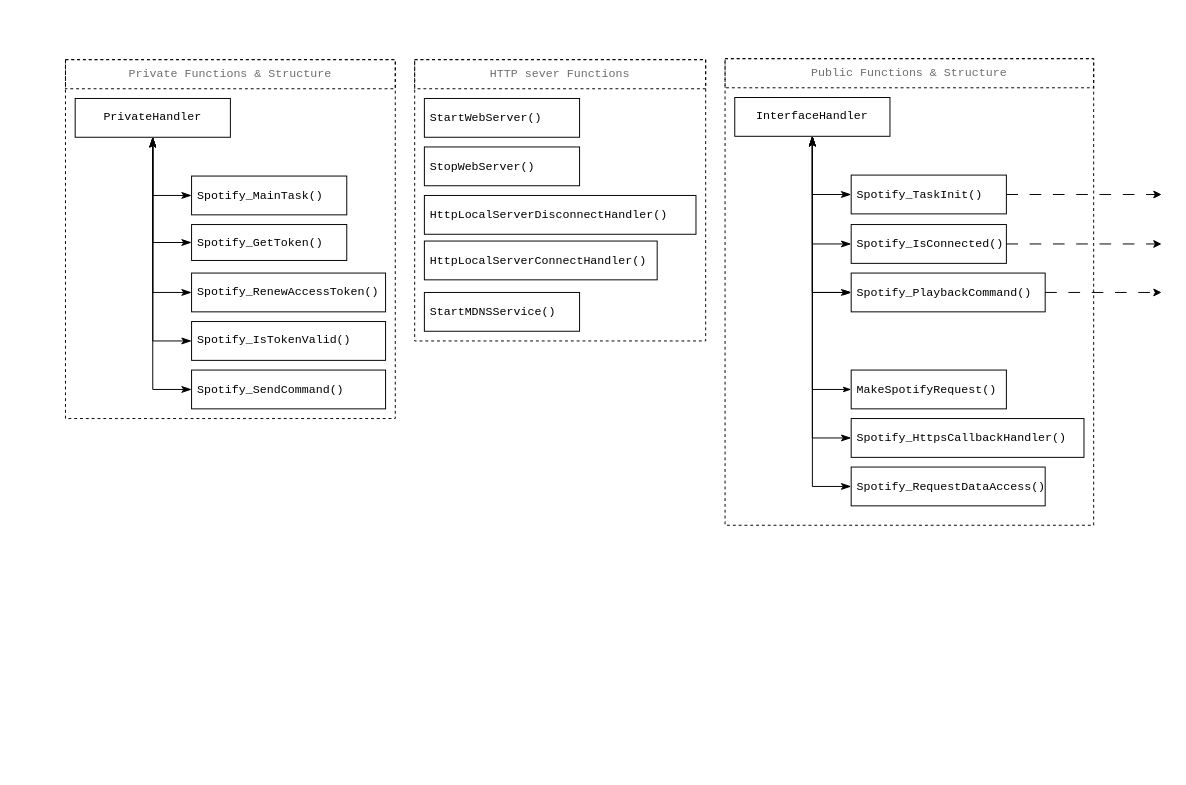
This is components/SpotifyInterface/SpotifyInterface structure.drawio from Behn4m/simple_server_Spotify, a draw.io file, before an edit. Source tidied: cells renumbered, new cells numbered last; positions are measured from the earlier drawing's top-left corner, leaving out a move shared by most shapes. Both pictures are drawn from the tidied source at 97%, with x=0, y=0 at pixel (65, 58).
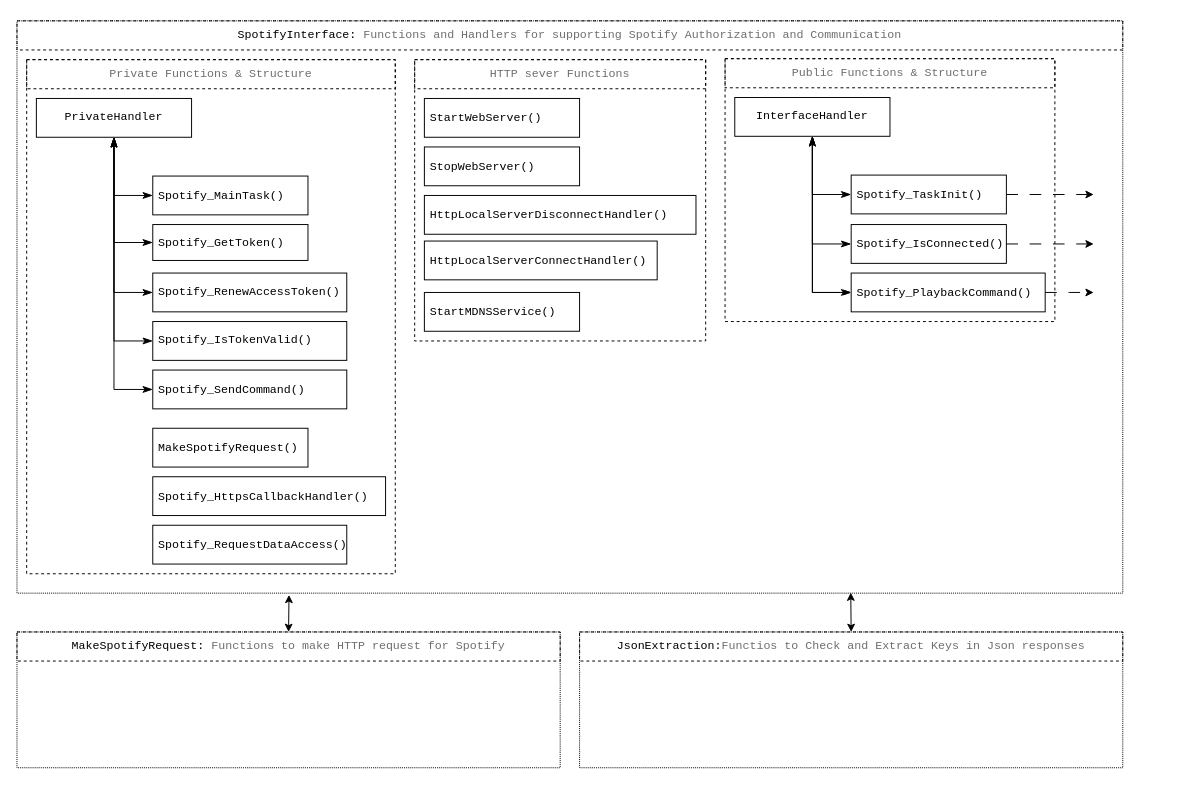
Above is the later version.

The change refers to these unchanged cells:
```xml
<mxCell id="9" value="&lt;pre&gt;InterfaceHandler&lt;/pre&gt;" style="rounded=0;whiteSpace=wrap;html=1;labelBackgroundColor=none;fillColor=none;" parent="1" vertex="1">
  <mxGeometry x="690" y="40" width="160" height="40" as="geometry" />
</mxCell>
<mxCell id="27" value="&lt;div style=&quot;font-size: 13px;&quot;&gt;&lt;div style=&quot;color: rgb(204, 204, 204); font-family: &amp;quot;Droid Sans Mono&amp;quot;, &amp;quot;monospace&amp;quot;, monospace; font-weight: normal; line-height: 19px;&quot;&gt;&lt;div&gt;&lt;pre&gt;&lt;font style=&quot;font-size: 12px;&quot; color=&quot;#000000&quot;&gt;Spotify_IsConnected()&lt;/font&gt;&lt;/pre&gt;&lt;/div&gt;&lt;/div&gt;&lt;/div&gt;" style="rounded=0;whiteSpace=wrap;html=1;labelBackgroundColor=none;align=left;spacingLeft=4;fillColor=none;" parent="1" vertex="1">
  <mxGeometry x="810" y="171" width="160" height="40" as="geometry" />
</mxCell>
<mxCell id="31" value="&lt;div style=&quot;font-size: 13px;&quot;&gt;&lt;div style=&quot;color: rgb(204, 204, 204); font-family: &amp;quot;Droid Sans Mono&amp;quot;, &amp;quot;monospace&amp;quot;, monospace; font-weight: normal; line-height: 19px;&quot;&gt;&lt;div&gt;&lt;pre&gt;&lt;font style=&quot;font-size: 12px;&quot; color=&quot;#000000&quot;&gt;Spotify_TaskInit()&lt;/font&gt;&lt;/pre&gt;&lt;/div&gt;&lt;/div&gt;&lt;/div&gt;" style="rounded=0;whiteSpace=wrap;html=1;labelBackgroundColor=none;align=left;spacingLeft=4;fillColor=none;" parent="1" vertex="1">
  <mxGeometry x="810" y="120" width="160" height="40" as="geometry" />
</mxCell>
<mxCell id="33" value="&lt;div style=&quot;font-size: 13px;&quot;&gt;&lt;div style=&quot;color: rgb(204, 204, 204); font-family: &amp;quot;Droid Sans Mono&amp;quot;, &amp;quot;monospace&amp;quot;, monospace; font-weight: normal; line-height: 19px;&quot;&gt;&lt;div&gt;&lt;pre&gt;&lt;font style=&quot;font-size: 12px;&quot; color=&quot;#000000&quot;&gt;Spotify_PlaybackCommand()&lt;/font&gt;&lt;/pre&gt;&lt;/div&gt;&lt;/div&gt;&lt;/div&gt;" style="rounded=0;whiteSpace=wrap;html=1;labelBackgroundColor=none;align=left;spacingLeft=4;fillColor=none;" parent="1" vertex="1">
  <mxGeometry x="810" y="221" width="200" height="40" as="geometry" />
</mxCell>
```

Change to the diagram source:
```diff
@@
+    <mxCell id="42" style="rounded=0;whiteSpace=wrap;html=1;fillColor=none;dashed=1;dashPattern=1 1;" parent="1" vertex="1">
+      <mxGeometry x="-50" y="-39" width="1140" height="590" as="geometry" />
+    </mxCell>
@@
     <mxCell id="3" style="rounded=0;whiteSpace=wrap;html=1;fontSize=16;fillColor=none;dashed=1;strokeColor=default;glass=0;shadow=0;" parent="1" vertex="1">
-      <mxGeometry x="680" width="380" height="481" as="geometry" />
+      <mxGeometry x="680" width="340" height="271" as="geometry" />
     </mxCell>
     <mxCell id="4" style="rounded=0;whiteSpace=wrap;html=1;fontSize=16;fillColor=none;dashed=1;strokeColor=default;glass=0;shadow=0;" parent="1" vertex="1">
-      <mxGeometry y="1" width="340" height="370" as="geometry" />
+      <mxGeometry x="-40" y="1" width="380" height="530" as="geometry" />
     </mxCell>
-    <mxCell id="5" value="&lt;div style=&quot;font-size: 13px;&quot;&gt;&lt;div style=&quot;color: rgb(204, 204, 204); font-family: &amp;quot;Droid Sans Mono&amp;quot;, &amp;quot;monospace&amp;quot;, monospace; font-weight: normal; line-height: 19px;&quot;&gt;&lt;div&gt;&lt;pre&gt;&lt;font style=&quot;font-size: 12px;&quot; color=&quot;#000000&quot;&gt;MakeSpotifyRequest()&lt;/font&gt;&lt;/pre&gt;&lt;/div&gt;&lt;/div&gt;&lt;/div&gt;" style="rounded=0;whiteSpace=wrap;html=1;labelBackgroundColor=none;align=left;spacingLeft=4;fillColor=none;" parent="1" vertex="1">
-      <mxGeometry x="810" y="321" width="160" height="40" as="geometry" />
-    </mxCell>
@@
-    <mxCell id="7" style="edgeStyle=orthogonalEdgeStyle;rounded=0;jettySize=auto;html=1;entryX=0;entryY=0.5;entryDx=0;entryDy=0;endArrow=classicThin;endFill=1;startArrow=classicThin;startFill=1;labelBackgroundColor=none;fontColor=default;" parent="1" edge="1" source="9" target="5">
-      <mxGeometry relative="1" as="geometry" />
-    </mxCell>
@@
     <mxCell id="10" value="&lt;div style=&quot;font-size: 13px;&quot;&gt;&lt;div style=&quot;color: rgb(204, 204, 204); font-family: &amp;quot;Droid Sans Mono&amp;quot;, &amp;quot;monospace&amp;quot;, monospace; font-weight: normal; line-height: 19px;&quot;&gt;&lt;div&gt;&lt;pre&gt;&lt;font style=&quot;font-size: 12px;&quot; color=&quot;#000000&quot;&gt;Spotify_MainTask()&lt;/font&gt;&lt;/pre&gt;&lt;/div&gt;&lt;/div&gt;&lt;/div&gt;" style="rounded=0;whiteSpace=wrap;html=1;labelBackgroundColor=none;spacingLeft=4;align=left;fillColor=none;" parent="1" vertex="1">
-      <mxGeometry x="130" y="121" width="160" height="40" as="geometry" />
+      <mxGeometry x="90" y="121" width="160" height="40" as="geometry" />
     </mxCell>
     <mxCell id="11" value="&lt;div style=&quot;font-size: 13px;&quot;&gt;&lt;div style=&quot;color: rgb(204, 204, 204); font-family: &amp;quot;Droid Sans Mono&amp;quot;, &amp;quot;monospace&amp;quot;, monospace; font-weight: normal; line-height: 19px;&quot;&gt;&lt;div&gt;&lt;pre&gt;&lt;font style=&quot;font-size: 12px;&quot; color=&quot;#000000&quot;&gt;Spotify_GetToken()&lt;/font&gt;&lt;/pre&gt;&lt;/div&gt;&lt;/div&gt;&lt;/div&gt;" style="rounded=0;whiteSpace=wrap;html=1;labelBackgroundColor=none;spacingLeft=4;align=left;fillColor=none;" parent="1" vertex="1">
-      <mxGeometry x="130" y="171" width="160" height="37" as="geometry" />
+      <mxGeometry x="90" y="171" width="160" height="37" as="geometry" />
     </mxCell>
     <mxCell id="12" value="&lt;div&gt;&lt;div style=&quot;color: rgb(204, 204, 204); font-family: &amp;quot;Droid Sans Mono&amp;quot;, &amp;quot;monospace&amp;quot;, monospace; font-weight: normal; line-height: 19px;&quot;&gt;&lt;div&gt;&lt;pre&gt;&lt;font color=&quot;#000000&quot;&gt;Spotify_RenewAccessToken&lt;/font&gt;&lt;font style=&quot;font-size: 12px;&quot; color=&quot;#000000&quot;&gt;()&lt;/font&gt;&lt;/pre&gt;&lt;/div&gt;&lt;/div&gt;&lt;/div&gt;" style="rounded=0;whiteSpace=wrap;html=1;labelBackgroundColor=none;spacingLeft=4;align=left;fillColor=none;" parent="1" vertex="1">
-      <mxGeometry x="130" y="221" width="200" height="40" as="geometry" />
+      <mxGeometry x="90" y="221" width="200" height="40" as="geometry" />
     </mxCell>
     <mxCell id="13" value="&lt;div style=&quot;font-size: 13px;&quot;&gt;&lt;div style=&quot;color: rgb(204, 204, 204); font-family: &amp;quot;Droid Sans Mono&amp;quot;, &amp;quot;monospace&amp;quot;, monospace; font-weight: normal; line-height: 19px;&quot;&gt;&lt;div&gt;&lt;pre&gt;&lt;font style=&quot;font-size: 12px;&quot; color=&quot;#000000&quot;&gt;Spotify_SendCommand()&lt;/font&gt;&lt;/pre&gt;&lt;/div&gt;&lt;/div&gt;&lt;/div&gt;" style="rounded=0;whiteSpace=wrap;html=1;labelBackgroundColor=none;spacingLeft=4;align=left;fillColor=none;" parent="1" vertex="1">
-      <mxGeometry x="130" y="321" width="200" height="40" as="geometry" />
+      <mxGeometry x="90" y="321" width="200" height="40" as="geometry" />
     </mxCell>
     <mxCell id="14" value="&lt;pre&gt;&lt;font style=&quot;font-size: 12px;&quot; color=&quot;#000000&quot;&gt;Spotify_IsTokenValid()&lt;/font&gt;&lt;/pre&gt;" style="rounded=0;whiteSpace=wrap;html=1;labelBackgroundColor=none;spacingLeft=4;align=left;fillColor=none;" parent="1" vertex="1">
-      <mxGeometry x="130" y="271" width="200" height="40" as="geometry" />
+      <mxGeometry x="90" y="271" width="200" height="40" as="geometry" />
     </mxCell>
@@
     <mxCell id="20" value="&lt;pre&gt;PrivateHandler&lt;/pre&gt;" style="rounded=0;whiteSpace=wrap;html=1;labelBackgroundColor=none;fillColor=none;" parent="1" vertex="1">
-      <mxGeometry x="10" y="41" width="160" height="40" as="geometry" />
+      <mxGeometry x="-30" y="41" width="160" height="40" as="geometry" />
     </mxCell>
@@
-    <mxCell id="22" style="edgeStyle=orthogonalEdgeStyle;rounded=0;jettySize=auto;html=1;entryX=0.5;entryY=1;entryDx=0;entryDy=0;fontSize=12;startSize=8;endSize=8;endArrow=classicThin;endFill=1;startArrow=classicThin;startFill=1;exitX=0;exitY=0.5;exitDx=0;exitDy=0;" parent="1" edge="1" source="29" target="9">
-      <mxGeometry relative="1" as="geometry">
-        <Array as="points">
-          <mxPoint x="770" y="391" />
-        </Array>
-      </mxGeometry>
-    </mxCell>
-    <mxCell id="23" style="edgeStyle=orthogonalEdgeStyle;rounded=0;orthogonalLoop=1;jettySize=auto;html=1;exitX=0;exitY=0.5;exitDx=0;exitDy=0;entryX=0;entryY=0.5;entryDx=0;entryDy=0;" parent="1" edge="1" source="29" target="29">
-      <mxGeometry relative="1" as="geometry" />
+    <mxCell id="23" style="edgeStyle=orthogonalEdgeStyle;rounded=0;orthogonalLoop=1;jettySize=auto;html=1;exitX=0;exitY=0.5;exitDx=0;exitDy=0;entryX=0;entryY=0.5;entryDx=0;entryDy=0;" parent="1" edge="1">
+      <mxGeometry relative="1" as="geometry">
+        <mxPoint x="810" y="391" as="sourcePoint" />
+        <mxPoint x="810" y="391" as="targetPoint" />
+      </mxGeometry>
     </mxCell>
-    <mxCell id="24" value="&lt;div style=&quot;font-size: 13px;&quot;&gt;&lt;div style=&quot;color: rgb(204, 204, 204); font-family: &amp;quot;Droid Sans Mono&amp;quot;, &amp;quot;monospace&amp;quot;, monospace; font-weight: normal; line-height: 19px;&quot;&gt;&lt;div&gt;&lt;pre&gt;&lt;font style=&quot;font-size: 12px;&quot; color=&quot;#000000&quot;&gt;Spotify_RequestDataAccess()&lt;/font&gt;&lt;/pre&gt;&lt;/div&gt;&lt;/div&gt;&lt;/div&gt;" style="rounded=0;whiteSpace=wrap;html=1;labelBackgroundColor=none;align=left;spacingLeft=4;fillColor=none;" parent="1" vertex="1">
-      <mxGeometry x="810" y="421" width="200" height="40" as="geometry" />
-    </mxCell>
@@
     <mxCell id="26" style="edgeStyle=orthogonalEdgeStyle;rounded=0;jettySize=auto;html=1;dashed=1;dashPattern=12 12;" parent="1" edge="1" source="27">
       <mxGeometry relative="1" as="geometry">
-        <mxPoint x="1130" y="191" as="targetPoint" />
+        <mxPoint x="1060" y="191" as="targetPoint" />
       </mxGeometry>
     </mxCell>
@@
-    <mxCell id="28" style="edgeStyle=orthogonalEdgeStyle;rounded=0;jettySize=auto;html=1;entryX=0.5;entryY=1;entryDx=0;entryDy=0;fontSize=12;startSize=8;endSize=8;endArrow=classicThin;endFill=1;startArrow=classicThin;startFill=1;exitX=0;exitY=0.5;exitDx=0;exitDy=0;" parent="1" edge="1" source="24" target="9">
-      <mxGeometry relative="1" as="geometry">
-        <Array as="points">
-          <mxPoint x="770" y="441" />
-        </Array>
-      </mxGeometry>
-    </mxCell>
-    <mxCell id="29" value="&lt;div style=&quot;font-size: 13px;&quot;&gt;&lt;div style=&quot;color: rgb(204, 204, 204); font-family: &amp;quot;Droid Sans Mono&amp;quot;, &amp;quot;monospace&amp;quot;, monospace; font-weight: normal; line-height: 19px;&quot;&gt;&lt;div&gt;&lt;pre&gt;&lt;font style=&quot;font-size: 12px;&quot; color=&quot;#000000&quot;&gt;Spotify_HttpsCallbackHandler()&lt;/font&gt;&lt;/pre&gt;&lt;/div&gt;&lt;/div&gt;&lt;/div&gt;" style="rounded=0;whiteSpace=wrap;html=1;labelBackgroundColor=none;align=left;spacingLeft=4;fillColor=none;" parent="1" vertex="1">
-      <mxGeometry x="810" y="371" width="240" height="40" as="geometry" />
-    </mxCell>
     <mxCell id="30" style="edgeStyle=orthogonalEdgeStyle;rounded=0;jettySize=auto;html=1;dashed=1;dashPattern=12 12;" parent="1" edge="1" source="31">
       <mxGeometry relative="1" as="geometry">
-        <mxPoint x="1130" y="140" as="targetPoint" />
+        <mxPoint x="1060" y="140" as="targetPoint" />
       </mxGeometry>
     </mxCell>
@@
     <mxCell id="32" style="edgeStyle=orthogonalEdgeStyle;rounded=0;jettySize=auto;html=1;dashed=1;dashPattern=12 12;" parent="1" edge="1" source="33">
       <mxGeometry relative="1" as="geometry">
-        <mxPoint x="1130" y="241" as="targetPoint" />
+        <mxPoint x="1060" y="241" as="targetPoint" />
       </mxGeometry>
     </mxCell>
@@
     <mxCell id="34" value="&lt;pre style=&quot;font-size: 12px;&quot;&gt;Private Functions &amp;amp; Structure&lt;/pre&gt;" style="text;whiteSpace=wrap;html=1;fontSize=12;verticalAlign=middle;fontColor=#6E6E6E;align=center;strokeColor=default;dashed=1;" parent="1" vertex="1">
-      <mxGeometry y="1" width="340" height="30" as="geometry" />
+      <mxGeometry x="-40" y="1" width="380" height="30" as="geometry" />
     </mxCell>
     <mxCell id="35" value="&lt;pre style=&quot;font-size: 12px;&quot;&gt;Public Functions &amp;amp; Structure&lt;/pre&gt;" style="text;whiteSpace=wrap;html=1;fontSize=12;verticalAlign=middle;fontColor=#6E6E6E;align=center;strokeColor=default;dashed=1;" parent="1" vertex="1">
-      <mxGeometry x="680" width="380" height="30" as="geometry" />
+      <mxGeometry x="680" width="340" height="30" as="geometry" />
     </mxCell>
@@
+    <mxCell id="5" value="&lt;div style=&quot;font-size: 13px;&quot;&gt;&lt;div style=&quot;color: rgb(204, 204, 204); font-family: &amp;quot;Droid Sans Mono&amp;quot;, &amp;quot;monospace&amp;quot;, monospace; font-weight: normal; line-height: 19px;&quot;&gt;&lt;div&gt;&lt;pre&gt;&lt;font style=&quot;font-size: 12px;&quot; color=&quot;#000000&quot;&gt;MakeSpotifyRequest()&lt;/font&gt;&lt;/pre&gt;&lt;/div&gt;&lt;/div&gt;&lt;/div&gt;" style="rounded=0;whiteSpace=wrap;html=1;labelBackgroundColor=none;align=left;spacingLeft=4;fillColor=none;" parent="1" vertex="1">
+      <mxGeometry x="90" y="381" width="160" height="40" as="geometry" />
+    </mxCell>
+    <mxCell id="29" value="&lt;div style=&quot;font-size: 13px;&quot;&gt;&lt;div style=&quot;color: rgb(204, 204, 204); font-family: &amp;quot;Droid Sans Mono&amp;quot;, &amp;quot;monospace&amp;quot;, monospace; font-weight: normal; line-height: 19px;&quot;&gt;&lt;div&gt;&lt;pre&gt;&lt;font style=&quot;font-size: 12px;&quot; color=&quot;#000000&quot;&gt;Spotify_HttpsCallbackHandler()&lt;/font&gt;&lt;/pre&gt;&lt;/div&gt;&lt;/div&gt;&lt;/div&gt;" style="rounded=0;whiteSpace=wrap;html=1;labelBackgroundColor=none;align=left;spacingLeft=4;fillColor=none;" parent="1" vertex="1">
+      <mxGeometry x="90" y="431" width="240" height="40" as="geometry" />
+    </mxCell>
+    <mxCell id="24" value="&lt;div style=&quot;font-size: 13px;&quot;&gt;&lt;div style=&quot;color: rgb(204, 204, 204); font-family: &amp;quot;Droid Sans Mono&amp;quot;, &amp;quot;monospace&amp;quot;, monospace; font-weight: normal; line-height: 19px;&quot;&gt;&lt;div&gt;&lt;pre&gt;&lt;font style=&quot;font-size: 12px;&quot; color=&quot;#000000&quot;&gt;Spotify_RequestDataAccess()&lt;/font&gt;&lt;/pre&gt;&lt;/div&gt;&lt;/div&gt;&lt;/div&gt;" style="rounded=0;whiteSpace=wrap;html=1;labelBackgroundColor=none;align=left;spacingLeft=4;fillColor=none;" parent="1" vertex="1">
+      <mxGeometry x="90" y="481" width="200" height="40" as="geometry" />
+    </mxCell>
+    <mxCell id="43" style="rounded=0;whiteSpace=wrap;html=1;fillColor=none;dashed=1;dashPattern=1 1;" parent="1" vertex="1">
+      <mxGeometry x="-50" y="591" width="560" height="140" as="geometry" />
+    </mxCell>
+    <mxCell id="44" style="rounded=0;whiteSpace=wrap;html=1;fillColor=none;dashed=1;dashPattern=1 1;" parent="1" vertex="1">
+      <mxGeometry x="530" y="591" width="560" height="140" as="geometry" />
+    </mxCell>
+    <mxCell id="45" value="&lt;pre&gt;&lt;font color=&quot;#000000&quot; style=&quot;font-size: 12px;&quot;&gt;MakeSpotifyRequest: &lt;/font&gt;Functions to make HTTP request for Spotify&lt;/pre&gt;" style="text;whiteSpace=wrap;html=1;fontSize=12;verticalAlign=middle;fontColor=#6E6E6E;align=center;strokeColor=default;dashed=1;" parent="1" vertex="1">
+      <mxGeometry x="-50" y="591" width="560" height="30" as="geometry" />
+    </mxCell>
+    <mxCell id="46" value="&lt;pre&gt;&lt;font color=&quot;#000000&quot; style=&quot;font-size: 12px;&quot;&gt;JsonExtraction:&lt;/font&gt;Functios to Check and Extract Keys in Json responses&lt;/pre&gt;" style="text;whiteSpace=wrap;html=1;fontSize=12;verticalAlign=middle;fontColor=#6E6E6E;align=center;strokeColor=default;dashed=1;" parent="1" vertex="1">
+      <mxGeometry x="530" y="591" width="560" height="30" as="geometry" />
+    </mxCell>
+    <mxCell id="47" value="&lt;pre&gt;&lt;font color=&quot;#000000&quot; style=&quot;font-size: 12px;&quot;&gt;SpotifyInterface: &lt;/font&gt;Functions and Handlers for supporting Spotify Authorization and Communication&lt;/pre&gt;" style="text;whiteSpace=wrap;html=1;fontSize=12;verticalAlign=middle;fontColor=#6E6E6E;align=center;strokeColor=default;dashed=1;" parent="1" vertex="1">
+      <mxGeometry x="-50" y="-39" width="1140" height="30" as="geometry" />
+    </mxCell>
+    <mxCell id="48" style="endArrow=classic;startArrow=classic;html=1;rounded=0;entryX=0.754;entryY=0.999;entryDx=0;entryDy=0;exitX=0.5;exitY=0;exitDx=0;exitDy=0;entryPerimeter=0;" parent="1" edge="1" source="46" target="42">
+      <mxGeometry relative="1" as="geometry" />
+    </mxCell>
+    <mxCell id="49" style="endArrow=classic;startArrow=classic;html=1;rounded=0;exitX=0.5;exitY=0;exitDx=0;exitDy=0;entryX=0.246;entryY=1.003;entryDx=0;entryDy=0;entryPerimeter=0;" parent="1" edge="1" source="45" target="42">
+      <mxGeometry relative="1" as="geometry" />
+    </mxCell>
```
